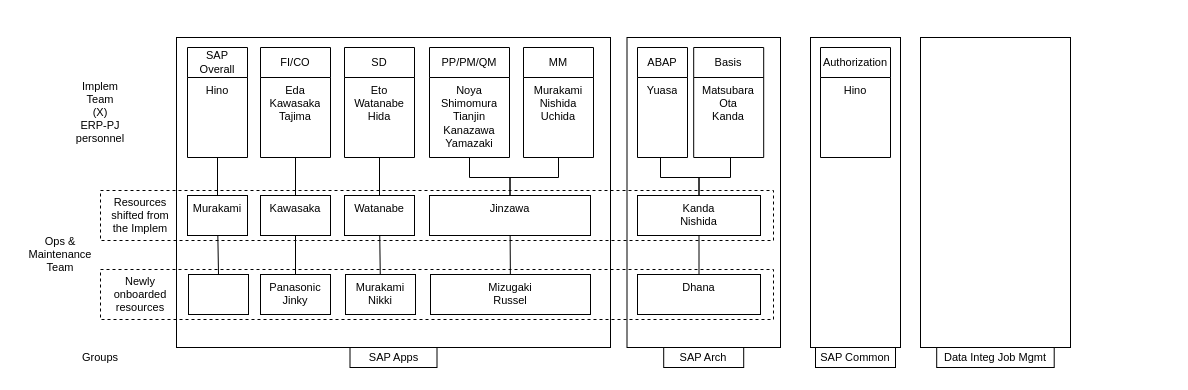
Above: KP_org.drawio in ivanpilariza/assignment (draw.io), before the change. Source tidied: cells renumbered, new cells numbered last; positions are measured from the earlier drawing's top-left corner, leaving out a move shared by most shapes. Both pictures are drawn from the tidied source at 100%, with x=0, y=0 at pixel (30, 37). Pictures stored in the file or linked from it are replaced by grey dashed boxes.
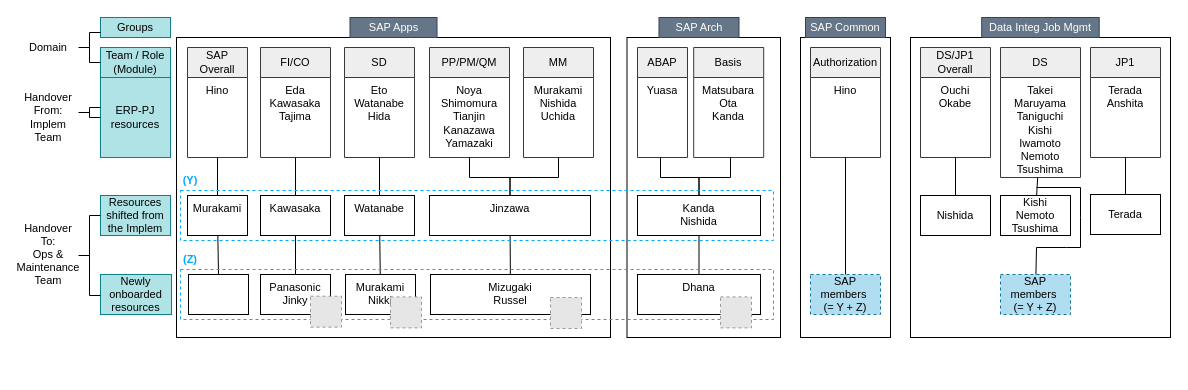
After the change.

The change refers to these unchanged cells:
```xml
<mxCell id="20" value="Hino" style="text;strokeColor=none;fillColor=none;align=center;verticalAlign=top;spacingLeft=4;spacingRight=4;overflow=hidden;points=[[0,0.5],[1,0.5]];portConstraint=eastwest;whiteSpace=wrap;html=1;fontSize=11;" parent="19" vertex="1">
  <mxGeometry y="30" width="70" height="80" as="geometry" />
</mxCell>
```

Change to the diagram source:
```diff
@@
+    <mxCell id="53" style="rounded=0;whiteSpace=wrap;html=1;fontSize=11;" parent="1" vertex="1">
+      <mxGeometry x="880" width="260" height="300" as="geometry" />
+    </mxCell>
     <mxCell id="2" style="rounded=0;whiteSpace=wrap;html=1;fontSize=11;" parent="1" vertex="1">
-      <mxGeometry x="780" width="90" height="310" as="geometry" />
+      <mxGeometry x="770" width="90" height="300" as="geometry" />
     </mxCell>
     <mxCell id="3" style="rounded=0;whiteSpace=wrap;html=1;fontSize=11;" parent="1" vertex="1">
-      <mxGeometry x="596.5" width="153.5" height="310" as="geometry" />
+      <mxGeometry x="596.5" width="153.5" height="300" as="geometry" />
     </mxCell>
     <mxCell id="4" style="rounded=0;whiteSpace=wrap;html=1;fontSize=11;" parent="1" vertex="1">
-      <mxGeometry x="146" width="434" height="310" as="geometry" />
+      <mxGeometry x="146" width="434" height="300" as="geometry" />
     </mxCell>
-    <mxCell id="5" value="SAP Overall" style="swimlane;fontStyle=0;horizontal=1;startSize=30;whiteSpace=wrap;html=1;fontSize=11;verticalAlign=middle;" parent="1" vertex="1">
+    <mxCell id="5" value="SAP Overall" style="swimlane;fontStyle=0;horizontal=1;startSize=30;whiteSpace=wrap;html=1;fontSize=11;verticalAlign=middle;fillColor=#eeeeee;strokeColor=#36393d;" parent="1" vertex="1">
       <mxGeometry x="157" y="10" width="60" height="110" as="geometry" />
     </mxCell>
@@
-    <mxCell id="7" value="FI/CO" style="swimlane;fontStyle=0;horizontal=1;startSize=30;whiteSpace=wrap;html=1;fontSize=11;verticalAlign=middle;" parent="1" vertex="1">
+    <mxCell id="7" value="FI/CO" style="swimlane;fontStyle=0;horizontal=1;startSize=30;whiteSpace=wrap;html=1;fontSize=11;verticalAlign=middle;fillColor=#eeeeee;strokeColor=#36393d;" parent="1" vertex="1">
       <mxGeometry x="230" y="10" width="70" height="110" as="geometry" />
     </mxCell>
@@
-    <mxCell id="9" value="SD" style="swimlane;fontStyle=0;horizontal=1;startSize=30;whiteSpace=wrap;html=1;fontSize=11;verticalAlign=middle;" parent="1" vertex="1">
+    <mxCell id="9" value="SD" style="swimlane;fontStyle=0;horizontal=1;startSize=30;whiteSpace=wrap;html=1;fontSize=11;verticalAlign=middle;fillColor=#eeeeee;strokeColor=#36393d;" parent="1" vertex="1">
       <mxGeometry x="314" y="10" width="70" height="110" as="geometry" />
     </mxCell>
@@
-    <mxCell id="11" value="PP/PM/QM" style="swimlane;fontStyle=0;horizontal=1;startSize=30;whiteSpace=wrap;html=1;fontSize=11;verticalAlign=middle;" parent="1" vertex="1">
+    <mxCell id="11" value="PP/PM/QM" style="swimlane;fontStyle=0;horizontal=1;startSize=30;whiteSpace=wrap;html=1;fontSize=11;verticalAlign=middle;fillColor=#eeeeee;strokeColor=#36393d;" parent="1" vertex="1">
       <mxGeometry x="399" y="10" width="80" height="110" as="geometry" />
     </mxCell>
@@
-    <mxCell id="13" value="MM" style="swimlane;fontStyle=0;horizontal=1;startSize=30;whiteSpace=wrap;html=1;fontSize=11;verticalAlign=middle;" parent="1" vertex="1">
+    <mxCell id="13" value="MM" style="swimlane;fontStyle=0;horizontal=1;startSize=30;whiteSpace=wrap;html=1;fontSize=11;verticalAlign=middle;fillColor=#eeeeee;strokeColor=#36393d;" parent="1" vertex="1">
       <mxGeometry x="493" y="10" width="70" height="110" as="geometry" />
     </mxCell>
@@
-    <mxCell id="15" value="ABAP" style="swimlane;fontStyle=0;horizontal=1;startSize=30;whiteSpace=wrap;html=1;fontSize=11;verticalAlign=middle;" parent="1" vertex="1">
+    <mxCell id="15" value="ABAP" style="swimlane;fontStyle=0;horizontal=1;startSize=30;whiteSpace=wrap;html=1;fontSize=11;verticalAlign=middle;fillColor=#eeeeee;strokeColor=#36393d;" parent="1" vertex="1">
       <mxGeometry x="607" y="10" width="50" height="110" as="geometry" />
     </mxCell>
@@
-    <mxCell id="17" value="Basis" style="swimlane;fontStyle=0;horizontal=1;startSize=30;whiteSpace=wrap;html=1;fontSize=11;verticalAlign=middle;" parent="1" vertex="1">
+    <mxCell id="17" value="Basis" style="swimlane;fontStyle=0;horizontal=1;startSize=30;whiteSpace=wrap;html=1;fontSize=11;verticalAlign=middle;fillColor=#eeeeee;strokeColor=#36393d;" parent="1" vertex="1">
       <mxGeometry x="663.2" y="10" width="70" height="110" as="geometry" />
     </mxCell>
@@
-    <mxCell id="19" value="Authorization" style="swimlane;fontStyle=0;horizontal=1;startSize=30;whiteSpace=wrap;html=1;fontSize=11;verticalAlign=middle;" parent="1" vertex="1">
-      <mxGeometry x="790" y="10" width="70" height="110" as="geometry" />
+    <mxCell id="19" value="Authorization" style="swimlane;fontStyle=0;horizontal=1;startSize=30;whiteSpace=wrap;html=1;fontSize=11;verticalAlign=middle;fillColor=#eeeeee;strokeColor=#36393d;" parent="1" vertex="1">
+      <mxGeometry x="780" y="10" width="70" height="110" as="geometry" />
     </mxCell>
@@
-    <mxCell id="21" value="SAP Apps" style="rounded=0;whiteSpace=wrap;html=1;fontSize=11;verticalAlign=middle;" parent="1" vertex="1">
-      <mxGeometry x="319.5" y="310" width="87" height="20" as="geometry" />
+    <mxCell id="21" value="SAP Apps" style="rounded=0;whiteSpace=wrap;html=1;fontSize=11;verticalAlign=middle;fillColor=#647687;fontColor=#ffffff;strokeColor=#314354;" parent="1" vertex="1">
+      <mxGeometry x="319.5" y="-20" width="87" height="20" as="geometry" />
     </mxCell>
@@
-    <mxCell id="31" value="SAP Arch" style="rounded=0;whiteSpace=wrap;html=1;fontSize=11;verticalAlign=middle;" parent="1" vertex="1">
-      <mxGeometry x="633.2" y="310" width="80" height="20" as="geometry" />
+    <mxCell id="31" value="SAP Arch" style="rounded=0;whiteSpace=wrap;html=1;fontSize=11;verticalAlign=middle;fillColor=#647687;fontColor=#ffffff;strokeColor=#314354;" parent="1" vertex="1">
+      <mxGeometry x="628.5" y="-20" width="80" height="20" as="geometry" />
     </mxCell>
-    <mxCell id="32" value="SAP Common" style="rounded=0;whiteSpace=wrap;html=1;fontSize=11;verticalAlign=middle;" parent="1" vertex="1">
-      <mxGeometry x="785" y="310" width="80" height="20" as="geometry" />
+    <mxCell id="32" value="SAP Common" style="rounded=0;whiteSpace=wrap;html=1;fontSize=11;verticalAlign=middle;fillColor=#647687;fontColor=#ffffff;strokeColor=#314354;" parent="1" vertex="1">
+      <mxGeometry x="775" y="-20" width="80" height="20" as="geometry" />
     </mxCell>
@@
-    <mxCell id="34" value="Implem Team&lt;div&gt;&lt;div&gt;(X)&lt;/div&gt;&lt;div&gt;ERP-PJ&lt;/div&gt;&lt;div&gt;personnel&lt;/div&gt;&lt;/div&gt;" style="text;html=1;whiteSpace=wrap;strokeColor=none;fillColor=none;align=center;verticalAlign=middle;rounded=0;fontSize=11;" parent="1" vertex="1">
-      <mxGeometry x="40" y="60" width="60" height="30" as="geometry" />
+    <mxCell id="34" value="Handover From: Implem Team" style="text;html=1;whiteSpace=wrap;strokeColor=none;fillColor=none;align=center;verticalAlign=middle;rounded=0;fontSize=11;" parent="1" vertex="1">
+      <mxGeometry x="-12" y="40" width="60" height="80" as="geometry" />
     </mxCell>
-    <mxCell id="35" value="Ops &amp;amp; Maintenance Team" style="text;html=1;whiteSpace=wrap;strokeColor=none;fillColor=none;align=center;verticalAlign=middle;rounded=0;fontSize=11;" parent="1" vertex="1">
-      <mxGeometry y="202" width="60" height="30" as="geometry" />
+    <mxCell id="35" value="Handover To:&lt;div&gt;Ops &amp;amp; Maintenance Team&lt;/div&gt;" style="text;html=1;whiteSpace=wrap;strokeColor=none;fillColor=none;align=center;verticalAlign=middle;rounded=0;fontSize=11;" parent="1" vertex="1">
+      <mxGeometry x="-12" y="157" width="60" height="120" as="geometry" />
     </mxCell>
@@
-    <mxCell id="48" style="rounded=0;whiteSpace=wrap;html=1;fillColor=none;dashed=1;fontSize=11;" parent="1" vertex="1">
-      <mxGeometry x="70" y="153" width="673" height="50" as="geometry" />
+    <mxCell id="48" style="rounded=0;whiteSpace=wrap;html=1;fillColor=none;dashed=1;fontSize=11;horizontal=1;strokeColor=light-dark(#00AAFF,#EDEDED);" parent="1" vertex="1">
+      <mxGeometry x="150" y="153" width="593" height="50" as="geometry" />
     </mxCell>
-    <mxCell id="49" style="rounded=0;whiteSpace=wrap;html=1;fillColor=none;dashed=1;fontSize=11;" parent="1" vertex="1">
-      <mxGeometry x="70" y="232" width="673" height="50" as="geometry" />
+    <mxCell id="49" style="rounded=0;whiteSpace=wrap;html=1;fillColor=none;dashed=1;fontSize=11;strokeColor=#00AAFF;" parent="1" vertex="1">
+      <mxGeometry x="150" y="232" width="593" height="50" as="geometry" />
     </mxCell>
-    <mxCell id="50" value="Groups" style="text;html=1;whiteSpace=wrap;strokeColor=none;fillColor=none;align=center;verticalAlign=middle;rounded=0;fontSize=11;" parent="1" vertex="1">
-      <mxGeometry x="40" y="305" width="60" height="30" as="geometry" />
+    <mxCell id="50" value="Groups" style="text;html=1;whiteSpace=wrap;strokeColor=#0e8088;fillColor=#b0e3e6;align=center;verticalAlign=middle;rounded=0;fontSize=11;" parent="1" vertex="1">
+      <mxGeometry x="70" y="-20" width="70" height="20" as="geometry" />
     </mxCell>
-    <mxCell id="51" value="Resources shifted from the Implem" style="text;html=1;whiteSpace=wrap;strokeColor=none;fillColor=none;align=center;verticalAlign=middle;rounded=0;fontSize=11;" parent="1" vertex="1">
-      <mxGeometry x="80" y="163" width="60" height="30" as="geometry" />
+    <mxCell id="51" value="Resources shifted from the Implem" style="text;html=1;whiteSpace=wrap;strokeColor=#0e8088;fillColor=#b0e3e6;align=center;verticalAlign=middle;rounded=0;fontSize=11;" parent="1" vertex="1">
+      <mxGeometry x="70" y="158" width="70" height="40" as="geometry" />
     </mxCell>
-    <mxCell id="52" value="Newly onboarded resources" style="text;html=1;whiteSpace=wrap;strokeColor=none;fillColor=none;align=center;verticalAlign=middle;rounded=0;fontSize=11;" parent="1" vertex="1">
-      <mxGeometry x="80" y="242" width="60" height="30" as="geometry" />
+    <mxCell id="52" value="Newly onboarded resources" style="text;html=1;whiteSpace=wrap;strokeColor=#0e8088;fillColor=#b0e3e6;align=center;verticalAlign=middle;rounded=0;fontSize=11;" parent="1" vertex="1">
+      <mxGeometry x="70" y="237" width="71" height="40" as="geometry" />
     </mxCell>
-    <mxCell id="53" style="rounded=0;whiteSpace=wrap;html=1;fontSize=11;" parent="1" vertex="1">
-      <mxGeometry x="890" width="150" height="310" as="geometry" />
-    </mxCell>
-    <mxCell id="54" value="Data Integ Job Mgmt" style="rounded=0;whiteSpace=wrap;html=1;fontSize=11;verticalAlign=middle;" parent="1" vertex="1">
-      <mxGeometry x="906.2" y="310" width="117.5" height="20" as="geometry" />
+    <mxCell id="54" value="Data Integ Job Mgmt" style="rounded=0;whiteSpace=wrap;html=1;fontSize=11;verticalAlign=middle;fillColor=#647687;fontColor=#ffffff;strokeColor=#314354;" parent="1" vertex="1">
+      <mxGeometry x="951.2" y="-20" width="117.5" height="20" as="geometry" />
     </mxCell>
+    <mxCell id="55" value="ERP-PJ resources" style="text;html=1;whiteSpace=wrap;strokeColor=#0e8088;fillColor=#b0e3e6;align=center;verticalAlign=middle;rounded=0;fontSize=11;" parent="1" vertex="1">
+      <mxGeometry x="70" y="40" width="70" height="80" as="geometry" />
+    </mxCell>
+    <mxCell id="56" value="Team / Role (Module)" style="text;html=1;whiteSpace=wrap;strokeColor=#0e8088;fillColor=#b0e3e6;align=center;verticalAlign=middle;rounded=0;fontSize=11;" parent="1" vertex="1">
+      <mxGeometry x="70" y="10" width="70" height="30" as="geometry" />
+    </mxCell>
+    <mxCell id="57" value="DS/JP1 Overall" style="swimlane;fontStyle=0;horizontal=1;startSize=30;whiteSpace=wrap;html=1;fontSize=11;verticalAlign=middle;fillColor=#eeeeee;strokeColor=#36393d;" parent="1" vertex="1">
+      <mxGeometry x="890" y="10" width="70" height="110" as="geometry" />
+    </mxCell>
+    <mxCell id="58" value="Ouchi&lt;div&gt;Okabe&lt;/div&gt;" style="text;strokeColor=none;fillColor=none;align=center;verticalAlign=top;spacingLeft=4;spacingRight=4;overflow=hidden;points=[[0,0.5],[1,0.5]];portConstraint=eastwest;whiteSpace=wrap;html=1;fontSize=11;" parent="57" vertex="1">
+      <mxGeometry y="30" width="70" height="80" as="geometry" />
+    </mxCell>
+    <mxCell id="59" value="DS" style="swimlane;fontStyle=0;horizontal=1;startSize=30;whiteSpace=wrap;html=1;fontSize=11;verticalAlign=middle;fillColor=#eeeeee;strokeColor=#36393d;" parent="1" vertex="1">
+      <mxGeometry x="970" y="10" width="80" height="130" as="geometry" />
+    </mxCell>
+    <mxCell id="60" value="Takei&lt;div&gt;Maruyama&lt;/div&gt;&lt;div&gt;Taniguchi&lt;/div&gt;&lt;div&gt;Kishi&lt;/div&gt;&lt;div&gt;Iwamoto&lt;/div&gt;&lt;div&gt;Nemoto&lt;/div&gt;&lt;div&gt;Tsushima&lt;/div&gt;" style="text;strokeColor=none;fillColor=none;align=center;verticalAlign=top;spacingLeft=4;spacingRight=4;overflow=hidden;points=[[0,0.5],[1,0.5]];portConstraint=eastwest;whiteSpace=wrap;html=1;fontSize=11;spacing=2;" parent="59" vertex="1">
+      <mxGeometry y="30" width="80" height="100" as="geometry" />
+    </mxCell>
+    <mxCell id="61" value="JP1" style="swimlane;fontStyle=0;horizontal=1;startSize=30;whiteSpace=wrap;html=1;fontSize=11;verticalAlign=middle;fillColor=#eeeeee;strokeColor=#36393d;" parent="1" vertex="1">
+      <mxGeometry x="1060" y="10" width="70" height="110" as="geometry" />
+    </mxCell>
+    <mxCell id="62" value="Terada&lt;div&gt;Anshita&lt;/div&gt;" style="text;strokeColor=none;fillColor=none;align=center;verticalAlign=top;spacingLeft=4;spacingRight=4;overflow=hidden;points=[[0,0.5],[1,0.5]];portConstraint=eastwest;whiteSpace=wrap;html=1;fontSize=11;" parent="61" vertex="1">
+      <mxGeometry y="30" width="70" height="80" as="geometry" />
+    </mxCell>
+    <mxCell id="63" value="Nishida" style="rounded=0;whiteSpace=wrap;html=1;fontSize=11;" parent="1" vertex="1">
+      <mxGeometry x="890" y="158" width="70" height="40" as="geometry" />
+    </mxCell>
+    <mxCell id="64" value="Kishi&lt;div&gt;Nemoto&lt;/div&gt;&lt;div&gt;Tsushima&lt;/div&gt;" style="rounded=0;whiteSpace=wrap;html=1;fontSize=11;" parent="1" vertex="1">
+      <mxGeometry x="970" y="158" width="70" height="40" as="geometry" />
+    </mxCell>
+    <mxCell id="65" value="Terada" style="rounded=0;whiteSpace=wrap;html=1;fontSize=11;" parent="1" vertex="1">
+      <mxGeometry x="1060" y="157" width="70" height="40" as="geometry" />
+    </mxCell>
+    <mxCell id="66" style="endArrow=none;html=1;rounded=0;fontSize=11;" parent="1" edge="1" source="63" target="58">
+      <mxGeometry relative="1" as="geometry" />
+    </mxCell>
+    <mxCell id="67" style="endArrow=none;html=1;rounded=0;fontSize=11;" parent="1" edge="1" source="64" target="60">
+      <mxGeometry relative="1" as="geometry" />
+    </mxCell>
+    <mxCell id="68" style="endArrow=none;html=1;rounded=0;fontSize=11;" parent="1" edge="1" source="65" target="62">
+      <mxGeometry relative="1" as="geometry" />
+    </mxCell>
+    <mxCell id="69" value="&lt;font&gt;Domain&lt;/font&gt;" style="text;html=1;whiteSpace=wrap;strokeColor=none;fillColor=none;align=center;verticalAlign=middle;rounded=0;fontSize=11;" parent="1" vertex="1">
+      <mxGeometry x="-12" y="-20" width="60" height="60" as="geometry" />
+    </mxCell>
+    <mxCell id="70" value="&lt;b&gt;(Y)&lt;/b&gt;" style="text;html=1;whiteSpace=wrap;strokeColor=none;fillColor=none;align=center;verticalAlign=middle;rounded=0;fontSize=11;fontColor=#00AAFF;" parent="1" vertex="1">
+      <mxGeometry x="130" y="128" width="60" height="30" as="geometry" />
+    </mxCell>
+    <mxCell id="71" value="&lt;b&gt;(Z)&lt;/b&gt;" style="text;html=1;whiteSpace=wrap;strokeColor=none;fillColor=none;align=center;verticalAlign=middle;rounded=0;fontSize=11;fontColor=#00AAFF;" parent="1" vertex="1">
+      <mxGeometry x="130" y="207" width="60" height="30" as="geometry" />
+    </mxCell>
+    <mxCell id="72" style="strokeWidth=1;html=1;shape=mxgraph.flowchart.annotation_2;align=left;labelPosition=right;fontSize=11;" parent="1" vertex="1">
+      <mxGeometry x="48" y="-5" width="22" height="30" as="geometry" />
+    </mxCell>
+    <mxCell id="73" style="strokeWidth=1;html=1;shape=mxgraph.flowchart.annotation_2;align=left;labelPosition=right;fontSize=11;" parent="1" vertex="1">
+      <mxGeometry x="48" y="178" width="22" height="80" as="geometry" />
+    </mxCell>
+    <mxCell id="74" style="strokeWidth=1;html=1;shape=mxgraph.flowchart.annotation_2;align=left;labelPosition=right;fontSize=11;" parent="1" vertex="1">
+      <mxGeometry x="48" y="70" width="22" height="10" as="geometry" />
+    </mxCell>
+    <mxCell id="75" value="SAP members&amp;nbsp;&lt;div&gt;(= Y + Z)&lt;/div&gt;" style="rounded=0;whiteSpace=wrap;html=1;fontSize=11;dashed=1;fillColor=#b1ddf0;strokeColor=#10739e;" parent="1" vertex="1">
+      <mxGeometry x="780" y="237" width="70" height="40" as="geometry" />
+    </mxCell>
+    <mxCell id="76" style="endArrow=none;html=1;rounded=0;fontSize=11;" parent="1" edge="1" source="75" target="20">
+      <mxGeometry relative="1" as="geometry" />
+    </mxCell>
+    <mxCell id="77" value="SAP members&amp;nbsp;&lt;div&gt;(= Y + Z)&lt;/div&gt;" style="rounded=0;whiteSpace=wrap;html=1;fontSize=11;dashed=1;fillColor=#b1ddf0;strokeColor=#10739e;" parent="1" vertex="1">
+      <mxGeometry x="970" y="237" width="70" height="40" as="geometry" />
+    </mxCell>
+    <mxCell id="78" style="fillColor=#E6E6E6;strokeColor=#999999;dashed=1;verticalLabelPosition=bottom;verticalAlign=top;fontSize=11;" parent="1" vertex="1">
+      <mxGeometry x="520" y="260" width="31" height="31" as="geometry" />
+    </mxCell>
+    <mxCell id="79" style="fillColor=#E6E6E6;strokeColor=#999999;dashed=1;verticalLabelPosition=bottom;verticalAlign=top;fontSize=11;" parent="1" vertex="1">
+      <mxGeometry x="360" y="259.4" width="31" height="31" as="geometry" />
+    </mxCell>
+    <mxCell id="80" style="fillColor=#E6E6E6;strokeColor=#999999;dashed=1;verticalLabelPosition=bottom;verticalAlign=top;fontSize=11;" parent="1" vertex="1">
+      <mxGeometry x="690" y="259.4" width="31" height="31" as="geometry" />
+    </mxCell>
+    <mxCell id="81" style="fillColor=#E6E6E6;strokeColor=#999999;dashed=1;verticalLabelPosition=bottom;verticalAlign=top;fontSize=11;" parent="1" vertex="1">
+      <mxGeometry x="280" y="258.7" width="31" height="31" as="geometry" />
+    </mxCell>
+    <mxCell id="82" style="endArrow=none;html=1;rounded=0;fontSize=11;" parent="1" edge="1" target="77">
+      <mxGeometry relative="1" as="geometry">
+        <mxPoint x="1006" y="150" as="sourcePoint" />
+        <Array as="points">
+          <mxPoint x="1050" y="150" />
+          <mxPoint x="1050" y="180" />
+          <mxPoint x="1050" y="210" />
+          <mxPoint x="1036" y="210" />
+          <mxPoint x="1006" y="210" />
+        </Array>
+      </mxGeometry>
+    </mxCell>
```
